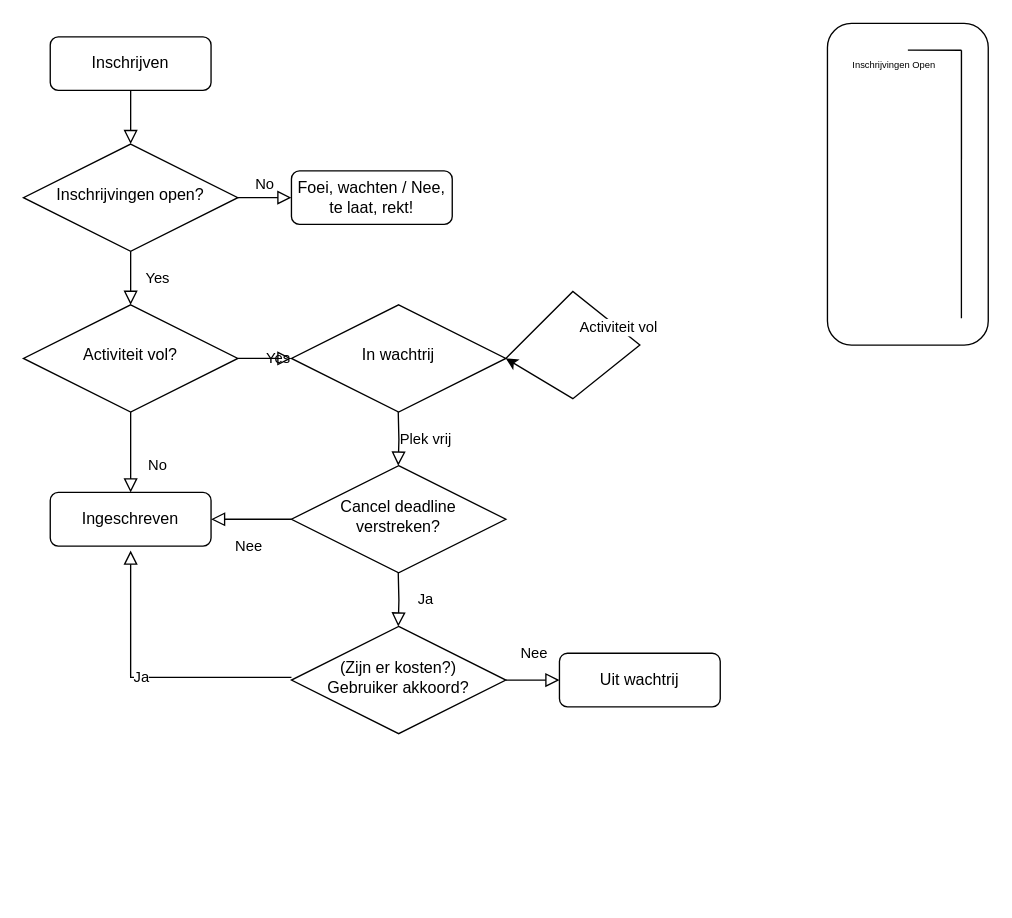
Earlier version of the draw.io diagram page "Inschrijven" (1 of 3) of docs/activitetien-de-registratie-beleid-voorstel.drawio (SypTitan/loefsys). Source tidied: cells renumbered, new cells numbered last; positions are measured from the earlier drawing's top-left corner, leaving out a move shared by most shapes. Both pictures are drawn from the tidied source at 134%, with x=0, y=0 at pixel (23, 23).
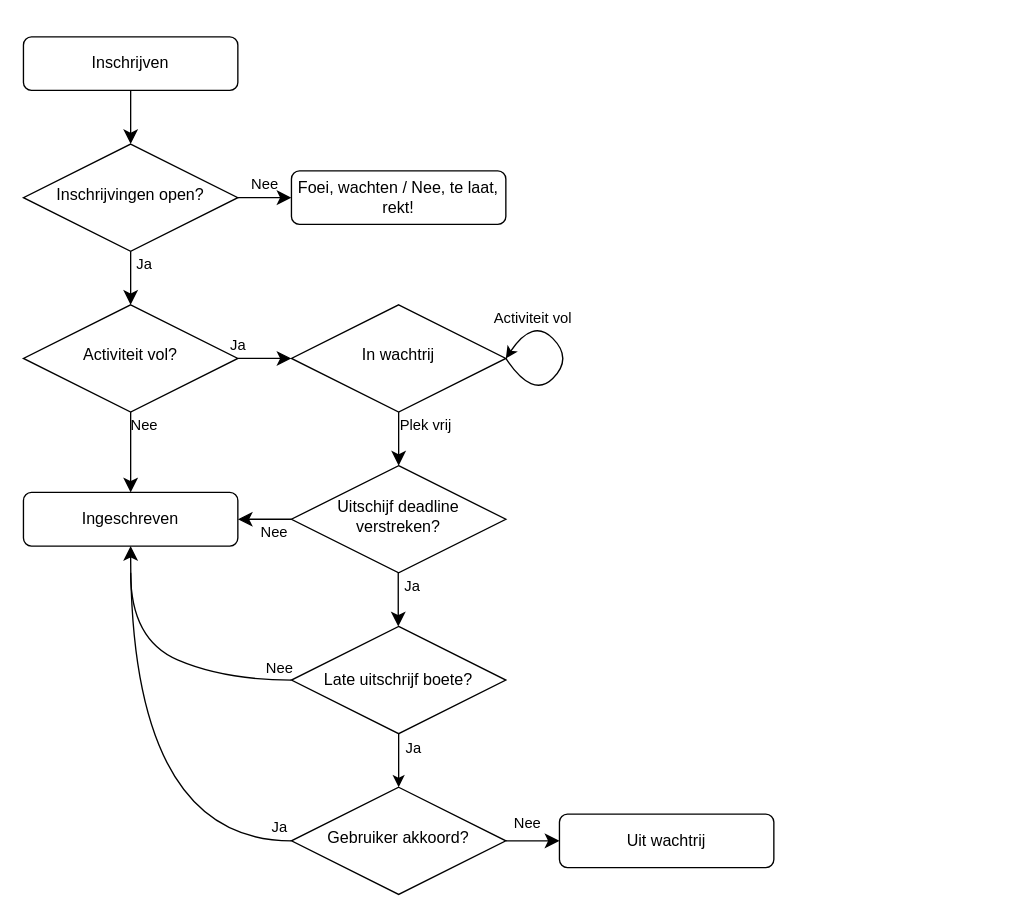
After the change.

The change refers to these unchanged cells:
```xml
<mxCell id="6" value="Inschrijvingen open?" style="rhombus;whiteSpace=wrap;html=1;shadow=0;fontFamily=Helvetica;fontSize=12;align=center;strokeWidth=1;spacing=6;spacingTop=-4;" parent="1" vertex="1">
  <mxGeometry y="90" width="160" height="80" as="geometry" />
</mxCell>
<mxCell id="10" value="Activiteit vol?" style="rhombus;whiteSpace=wrap;html=1;shadow=0;fontFamily=Helvetica;fontSize=12;align=center;strokeWidth=1;spacing=6;spacingTop=-4;" parent="1" vertex="1">
  <mxGeometry y="210" width="160" height="80" as="geometry" />
</mxCell>
<mxCell id="16" value="In wachtrij" style="rhombus;whiteSpace=wrap;html=1;shadow=0;fontFamily=Helvetica;fontSize=12;align=center;strokeWidth=1;spacing=6;spacingTop=-4;" parent="1" vertex="1">
  <mxGeometry x="200" y="210" width="160" height="80" as="geometry" />
</mxCell>
```

Diff of the diagram source:
```diff
@@
-    <mxCell id="2" style="rounded=0;html=1;jettySize=auto;fontSize=11;endArrow=block;endFill=0;endSize=8;strokeWidth=1;shadow=0;labelBackgroundColor=none;edgeStyle=orthogonalEdgeStyle;" parent="1" edge="1" source="3" target="6">
+    <mxCell id="2" style="rounded=0;html=1;jettySize=auto;fontSize=11;endArrow=classic;endFill=1;endSize=8;strokeWidth=1;shadow=0;labelBackgroundColor=none;edgeStyle=orthogonalEdgeStyle;" parent="1" edge="1" source="3" target="6">
       <mxGeometry relative="1" as="geometry" />
     </mxCell>
     <mxCell id="3" value="Inschrijven" style="rounded=1;whiteSpace=wrap;html=1;fontSize=12;glass=0;strokeWidth=1;shadow=0;" parent="1" vertex="1">
-      <mxGeometry x="20" y="10" width="120" height="40" as="geometry" />
+      <mxGeometry y="10" width="160" height="40" as="geometry" />
     </mxCell>
-    <mxCell id="4" value="Yes" style="rounded=0;html=1;jettySize=auto;fontSize=11;endArrow=block;endFill=0;endSize=8;strokeWidth=1;shadow=0;labelBackgroundColor=none;edgeStyle=orthogonalEdgeStyle;" parent="1" edge="1" source="6" target="10">
-      <mxGeometry y="20" relative="1" as="geometry" />
+    <mxCell id="4" value="Ja" style="rounded=0;html=1;jettySize=auto;fontSize=11;endArrow=classic;endFill=1;endSize=8;strokeWidth=1;shadow=0;labelBackgroundColor=none;edgeStyle=orthogonalEdgeStyle;" parent="1" edge="1" source="6" target="10">
+      <mxGeometry x="-0.5" y="10" relative="1" as="geometry" />
     </mxCell>
-    <mxCell id="5" value="No" style="edgeStyle=orthogonalEdgeStyle;rounded=0;html=1;jettySize=auto;fontSize=11;endArrow=block;endFill=0;endSize=8;strokeWidth=1;shadow=0;labelBackgroundColor=none;" parent="1" edge="1" source="6" target="7">
+    <mxCell id="5" value="Nee" style="edgeStyle=orthogonalEdgeStyle;rounded=0;html=1;jettySize=auto;fontSize=11;endArrow=classic;endFill=1;endSize=8;strokeWidth=1;shadow=0;labelBackgroundColor=none;" parent="1" edge="1" source="6" target="7">
       <mxGeometry y="10" relative="1" as="geometry" />
     </mxCell>
@@
     <mxCell id="7" value="Foei, wachten / Nee, te laat, rekt!" style="rounded=1;whiteSpace=wrap;html=1;fontSize=12;glass=0;strokeWidth=1;shadow=0;" parent="1" vertex="1">
-      <mxGeometry x="200" y="110" width="120" height="40" as="geometry" />
+      <mxGeometry x="200" y="110" width="160" height="40" as="geometry" />
     </mxCell>
-    <mxCell id="8" value="No" style="rounded=0;html=1;jettySize=auto;fontSize=11;endArrow=block;endFill=0;endSize=8;strokeWidth=1;shadow=0;labelBackgroundColor=none;edgeStyle=orthogonalEdgeStyle;" parent="1" edge="1" source="10" target="11">
-      <mxGeometry x="0.33" y="20" relative="1" as="geometry" />
+    <mxCell id="8" value="Nee" style="rounded=0;html=1;jettySize=auto;fontSize=11;endArrow=classic;endFill=1;endSize=8;strokeWidth=1;shadow=0;labelBackgroundColor=none;edgeStyle=orthogonalEdgeStyle;" parent="1" edge="1" source="10" target="11">
+      <mxGeometry x="-0.67" y="10" relative="1" as="geometry" />
     </mxCell>
-    <mxCell id="9" value="Yes" style="edgeStyle=orthogonalEdgeStyle;rounded=0;html=1;jettySize=auto;fontSize=11;endArrow=block;endFill=0;endSize=8;strokeWidth=1;shadow=0;labelBackgroundColor=none;" parent="1" edge="1" source="10">
-      <mxGeometry y="10" relative="1" as="geometry">
+    <mxCell id="9" value="Ja" style="edgeStyle=orthogonalEdgeStyle;rounded=0;html=1;jettySize=auto;fontSize=11;endArrow=classic;endFill=1;endSize=8;strokeWidth=1;shadow=0;labelBackgroundColor=none;" parent="1" edge="1" source="10">
+      <mxGeometry x="-1" y="10" relative="1" as="geometry">
         <mxPoint x="200" y="250" as="targetPoint" />
       </mxGeometry>
     </mxCell>
@@
     <mxCell id="11" value="Ingeschreven" style="rounded=1;whiteSpace=wrap;html=1;fontSize=12;glass=0;strokeWidth=1;shadow=0;" parent="1" vertex="1">
-      <mxGeometry x="20" y="350" width="120" height="40" as="geometry" />
+      <mxGeometry y="350" width="160" height="40" as="geometry" />
     </mxCell>
-    <mxCell id="12" style="rounded=1;whiteSpace=wrap;html=1;" parent="1" vertex="1">
-      <mxGeometry x="600" width="120" height="240" as="geometry" />
-    </mxCell>
-    <mxCell id="13" style="endArrow=none;html=1;rounded=0;exitX=0.833;exitY=0.917;exitDx=0;exitDy=0;exitPerimeter=0;" parent="1" edge="1" source="12">
-      <mxGeometry relative="1" as="geometry">
-        <mxPoint x="700" y="20" as="targetPoint" />
-      </mxGeometry>
-    </mxCell>
-    <mxCell id="14" style="endArrow=none;html=1;rounded=0;exitX=0.5;exitY=0.083;exitDx=0;exitDy=0;exitPerimeter=0;" parent="1" edge="1" source="12">
-      <mxGeometry relative="1" as="geometry">
-        <mxPoint x="700" y="20" as="targetPoint" />
-      </mxGeometry>
-    </mxCell>
-    <mxCell id="15" value="&lt;font style=&quot;font-size: 7px;&quot;&gt;Inschrijvingen Open&lt;/font&gt;" style="text;html=1;align=center;verticalAlign=middle;whiteSpace=wrap;rounded=0;" parent="1" vertex="1">
-      <mxGeometry x="600" y="20" width="100" height="20" as="geometry" />
-    </mxCell>
@@
-    <mxCell id="17" style="endArrow=classic;html=1;rounded=0;entryX=1;entryY=0.5;entryDx=0;entryDy=0;" parent="1" edge="1" target="16">
-      <mxGeometry relative="1" as="geometry">
-        <mxPoint x="360" y="250" as="sourcePoint" />
-        <Array as="points">
-          <mxPoint x="410" y="200" />
-          <mxPoint x="460" y="240" />
-          <mxPoint x="410" y="280" />
-        </Array>
-      </mxGeometry>
-    </mxCell>
-    <mxCell id="18" value="Activiteit vol" style="edgeLabel;html=1;align=center;verticalAlign=middle;" parent="17" vertex="1">
-      <mxGeometry x="-0.12" relative="1" as="geometry" />
-    </mxCell>
-    <mxCell id="19" value="Cancel deadline&lt;br&gt;verstreken?" style="rhombus;whiteSpace=wrap;html=1;shadow=0;fontFamily=Helvetica;fontSize=12;align=center;strokeWidth=1;spacing=6;spacingTop=-4;" parent="1" vertex="1">
+    <mxCell id="19" value="Uitschijf deadline&lt;br&gt;verstreken?" style="rhombus;whiteSpace=wrap;html=1;shadow=0;fontFamily=Helvetica;fontSize=12;align=center;strokeWidth=1;spacing=6;spacingTop=-4;" parent="1" vertex="1">
       <mxGeometry x="200" y="330" width="160" height="80" as="geometry" />
     </mxCell>
-    <mxCell id="20" value="Plek vrij" style="rounded=0;html=1;jettySize=auto;orthogonalLoop=1;fontSize=11;endArrow=block;endFill=0;endSize=8;strokeWidth=1;shadow=0;labelBackgroundColor=none;edgeStyle=orthogonalEdgeStyle;" parent="1" edge="1">
-      <mxGeometry x="0.05" y="20" relative="1" as="geometry">
-        <mxPoint x="279.7" y="290" as="sourcePoint" />
-        <mxPoint x="279.7" y="330" as="targetPoint" />
-      </mxGeometry>
-    </mxCell>
-    <mxCell id="21" value="Nee" style="rounded=0;html=1;jettySize=auto;fontSize=11;endArrow=block;endFill=0;endSize=8;strokeWidth=1;shadow=0;labelBackgroundColor=none;entryX=1;entryY=0.5;entryDx=0;entryDy=0;exitX=0;exitY=0.5;exitDx=0;exitDy=0;" parent="1" edge="1" source="19" target="11">
-      <mxGeometry x="0.05" y="20" relative="1" as="geometry" />
+    <mxCell id="21" value="Nee" style="rounded=0;html=1;jettySize=auto;fontSize=11;endArrow=classic;endFill=1;endSize=8;strokeWidth=1;shadow=0;labelBackgroundColor=none;entryX=1;entryY=0.5;entryDx=0;entryDy=0;exitX=0;exitY=0.5;exitDx=0;exitDy=0;" parent="1" edge="1" source="19" target="11">
+      <mxGeometry x="-0.33" y="10" relative="1" as="geometry" />
     </mxCell>
-    <mxCell id="22" value="(Zijn er kosten?)&lt;br&gt;Gebruiker akkoord?" style="rhombus;whiteSpace=wrap;html=1;shadow=0;fontFamily=Helvetica;fontSize=12;align=center;strokeWidth=1;spacing=6;spacingTop=-4;" parent="1" vertex="1">
-      <mxGeometry x="200" y="450" width="160" height="80" as="geometry" />
+    <mxCell id="22" value="Gebruiker akkoord?" style="rhombus;whiteSpace=wrap;html=1;shadow=0;fontFamily=Helvetica;fontSize=12;align=center;strokeWidth=1;spacing=6;spacingTop=-4;" parent="1" vertex="1">
+      <mxGeometry x="200" y="570" width="160" height="80" as="geometry" />
     </mxCell>
-    <mxCell id="23" value="Ja" style="rounded=0;html=1;jettySize=auto;orthogonalLoop=1;fontSize=11;endArrow=block;endFill=0;endSize=8;strokeWidth=1;shadow=0;labelBackgroundColor=none;edgeStyle=orthogonalEdgeStyle;" parent="1" edge="1">
-      <mxGeometry x="0.05" y="20" relative="1" as="geometry">
+    <mxCell id="23" value="Ja" style="rounded=0;html=1;jettySize=auto;orthogonalLoop=1;fontSize=11;endArrow=classic;endFill=1;endSize=8;strokeWidth=1;shadow=0;labelBackgroundColor=none;edgeStyle=orthogonalEdgeStyle;" parent="1" edge="1">
+      <mxGeometry x="-0.51" y="10" relative="1" as="geometry">
         <mxPoint x="279.7" y="410" as="sourcePoint" />
         <mxPoint x="279.7" y="450" as="targetPoint" />
+        <Array as="points">
+          <mxPoint x="280" y="430" />
+          <mxPoint x="280" y="430" />
+        </Array>
       </mxGeometry>
     </mxCell>
+    <mxCell id="26" value="Uit wachtrij" style="rounded=1;whiteSpace=wrap;html=1;fontSize=12;glass=0;strokeWidth=1;shadow=0;" parent="1" vertex="1">
+      <mxGeometry x="400" y="590" width="160" height="40" as="geometry" />
+    </mxCell>
+    <mxCell id="27" value="Nee" style="rounded=0;html=1;jettySize=auto;fontSize=11;endArrow=classic;endFill=1;endSize=8;strokeWidth=1;shadow=0;labelBackgroundColor=none;exitX=1;exitY=0.5;exitDx=0;exitDy=0;entryX=0;entryY=0.5;entryDx=0;entryDy=0;" parent="1" edge="1" source="22" target="26">
+      <mxGeometry x="-0.2" y="13" relative="1" as="geometry" />
+    </mxCell>
+    <mxCell id="20" value="Plek vrij" style="edgeStyle=orthogonalEdgeStyle;rounded=0;html=1;jettySize=auto;fontSize=11;endArrow=classic;endFill=1;endSize=8;strokeWidth=1;shadow=0;labelBackgroundColor=none;exitX=0.5;exitY=1;exitDx=0;exitDy=0;entryX=0.5;entryY=0;entryDx=0;entryDy=0;" parent="1" edge="1" source="16" target="19">
+      <mxGeometry x="-0.5" y="20" relative="1" as="geometry" />
+    </mxCell>
+    <mxCell id="28" style="curved=1;endArrow=classic;html=1;rounded=0;exitX=1;exitY=0.5;exitDx=0;exitDy=0;endFill=1;" parent="1" edge="1" source="16">
+      <mxGeometry relative="1" as="geometry">
+        <mxPoint x="360" y="250" as="targetPoint" />
+        <Array as="points">
+          <mxPoint x="380" y="280" />
+          <mxPoint x="410" y="250" />
+          <mxPoint x="380" y="220" />
+        </Array>
+      </mxGeometry>
+    </mxCell>
+    <mxCell id="18" value="Activiteit vol" style="edgeLabel;html=1;align=center;verticalAlign=middle;" parent="28" vertex="1">
+      <mxGeometry x="0.09" y="4" relative="1" as="geometry">
+        <mxPoint x="-22" y="-28" as="offset" />
+      </mxGeometry>
+    </mxCell>
+    <mxCell id="29" style="edgeStyle=orthogonalEdgeStyle;rounded=0;jettySize=auto;html=1;exitX=0.5;exitY=1;exitDx=0;exitDy=0;entryX=0.5;entryY=0;entryDx=0;entryDy=0;endArrow=classic;endFill=1;" parent="1" edge="1" source="31" target="22">
+      <mxGeometry relative="1" as="geometry" />
+    </mxCell>
+    <mxCell id="30" value="Ja" style="edgeLabel;html=1;align=center;verticalAlign=middle;" parent="29" vertex="1">
+      <mxGeometry x="-0.12" relative="1" as="geometry">
+        <mxPoint x="10" y="-8" as="offset" />
+      </mxGeometry>
+    </mxCell>
+    <mxCell id="31" value="Late uitschrijf boete?" style="rhombus;whiteSpace=wrap;html=1;" parent="1" vertex="1">
+      <mxGeometry x="200" y="450" width="160" height="80" as="geometry" />
+    </mxCell>
+    <mxCell id="32" style="curved=1;endArrow=none;html=1;rounded=0;exitX=0;exitY=0.5;exitDx=0;exitDy=0;endFill=0;" parent="1" edge="1" source="31">
+      <mxGeometry relative="1" as="geometry">
+        <mxPoint x="80" y="410" as="targetPoint" />
+        <Array as="points">
+          <mxPoint x="150" y="490" />
+          <mxPoint x="80" y="460" />
+        </Array>
+      </mxGeometry>
+    </mxCell>
+    <mxCell id="33" value="Nee" style="edgeLabel;html=1;align=center;verticalAlign=middle;" parent="32" vertex="1">
+      <mxGeometry x="-0.35" y="-2" relative="1" as="geometry">
+        <mxPoint x="46" y="-5" as="offset" />
+      </mxGeometry>
+    </mxCell>
-    <mxCell id="24" style="rounded=0;html=1;jettySize=auto;fontSize=11;endArrow=block;endFill=0;endSize=8;strokeWidth=1;shadow=0;labelBackgroundColor=none;exitX=-0.005;exitY=0.463;exitDx=0;exitDy=0;exitPerimeter=0;entryX=0.5;entryY=1.085;entryDx=0;entryDy=0;entryPerimeter=0;" parent="1" edge="1" target="11">
+    <mxCell id="24" style="rounded=0;html=1;jettySize=auto;fontSize=11;endArrow=classic;endFill=1;endSize=8;strokeWidth=1;shadow=0;labelBackgroundColor=none;exitX=0;exitY=0.5;exitDx=0;exitDy=0;entryX=0.5;entryY=1;entryDx=0;entryDy=0;edgeStyle=orthogonalEdgeStyle;curved=1;" parent="1" edge="1" source="22" target="11">
       <mxGeometry x="0.05" y="20" relative="1" as="geometry">
-        <mxPoint x="200" y="488" as="sourcePoint" />
         <Array as="points">
-          <mxPoint x="80" y="488" />
+          <mxPoint x="80" y="610" />
         </Array>
       </mxGeometry>
     </mxCell>
     <mxCell id="25" value="Ja" style="edgeLabel;html=1;align=center;verticalAlign=middle;" parent="24" vertex="1">
-      <mxGeometry x="0.05" y="-1" relative="1" as="geometry" />
+      <mxGeometry x="0.05" y="-1" relative="1" as="geometry">
+        <mxPoint x="109" y="48" as="offset" />
+      </mxGeometry>
     </mxCell>
-    <mxCell id="26" value="Uit wachtrij" style="rounded=1;whiteSpace=wrap;html=1;fontSize=12;glass=0;strokeWidth=1;shadow=0;" parent="1" vertex="1">
-      <mxGeometry x="400" y="470" width="120" height="40" as="geometry" />
-    </mxCell>
-    <mxCell id="27" value="Nee" style="rounded=0;html=1;jettySize=auto;fontSize=11;endArrow=block;endFill=0;endSize=8;strokeWidth=1;shadow=0;labelBackgroundColor=none;exitX=1;exitY=0.5;exitDx=0;exitDy=0;entryX=0;entryY=0.5;entryDx=0;entryDy=0;" parent="1" edge="1" source="22" target="26">
-      <mxGeometry x="0.05" y="20" relative="1" as="geometry" />
-    </mxCell>
```
